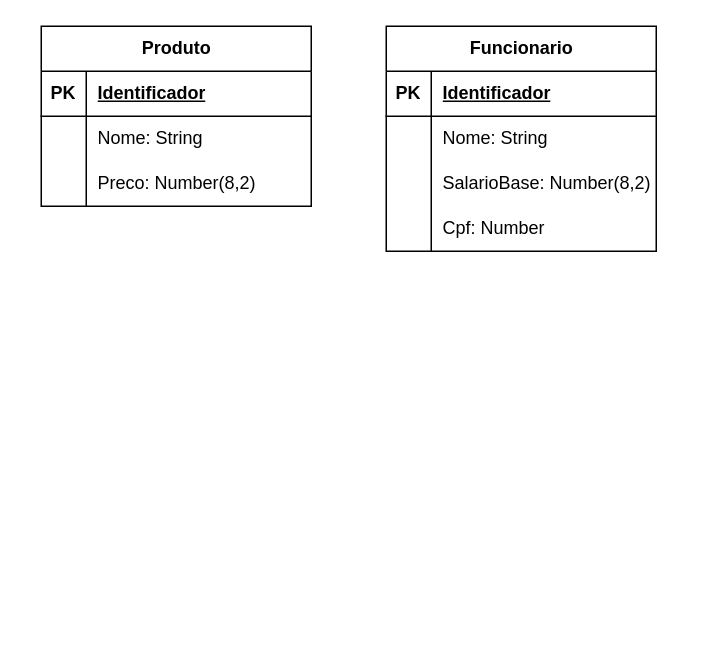
LarissaAsito/DevInHouseM2S06 keeps this draw.io diagram as exercicios/exerc.drawio. Above is the earlier version. Source tidied: cells renumbered, new cells numbered last; positions are measured from the earlier drawing's top-left corner, leaving out a move shared by most shapes. Both pictures are drawn from the tidied source at 150%, with x=0, y=0 at pixel (40, 26).
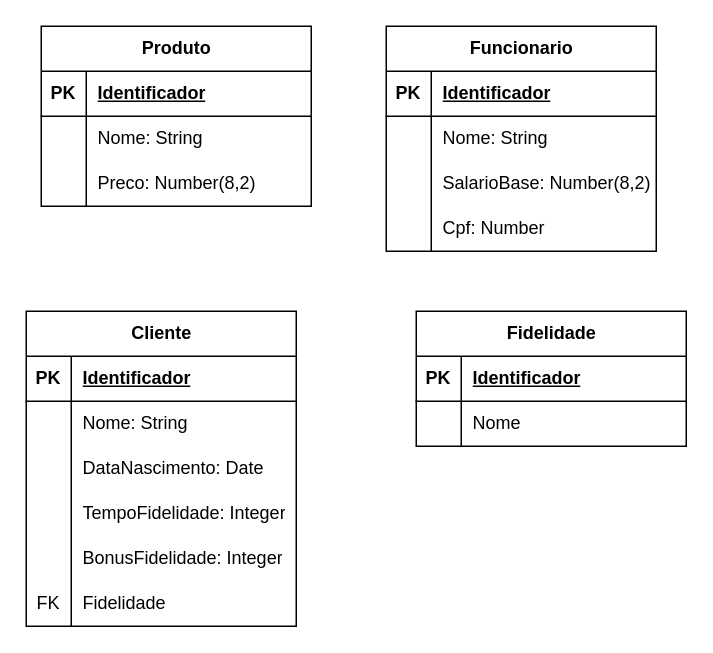
Above is the later version.

Commit message:
Modificando exercicio 3

The edit, as a diff of the source:
```diff
@@
+    <mxCell id="25" value="Cliente" style="shape=table;startSize=30;childLayout=tableLayout;rowLines=0;fontStyle=1;align=center;html=1;" parent="1" vertex="1">
+      <mxGeometry x="-10" y="190" width="180" height="210" as="geometry" />
+    </mxCell>
+    <mxCell id="26" style="shape=tableRow;horizontal=0;startSize=0;swimlaneHead=0;swimlaneBody=0;fillColor=none;top=0;left=0;right=0;bottom=1;" parent="25" vertex="1">
+      <mxGeometry y="30" width="180" height="30" as="geometry" />
+    </mxCell>
+    <mxCell id="27" value="PK" style="shape=partialRectangle;fillColor=none;top=0;left=0;bottom=0;right=0;fontStyle=1;overflow=hidden;whiteSpace=wrap;html=1;" parent="26" vertex="1">
+      <mxGeometry width="30" height="30" as="geometry" />
+    </mxCell>
+    <mxCell id="28" value="Identificador" style="shape=partialRectangle;fillColor=none;top=0;left=0;bottom=0;right=0;align=left;spacingLeft=6;fontStyle=5;overflow=hidden;whiteSpace=wrap;html=1;" parent="26" vertex="1">
+      <mxGeometry x="30" width="150" height="30" as="geometry" />
+    </mxCell>
+    <mxCell id="29" style="shape=tableRow;horizontal=0;startSize=0;swimlaneHead=0;swimlaneBody=0;fillColor=none;top=0;left=0;right=0;bottom=0;" parent="25" vertex="1">
+      <mxGeometry y="60" width="180" height="30" as="geometry" />
+    </mxCell>
+    <mxCell id="30" style="shape=partialRectangle;fillColor=none;top=0;left=0;bottom=0;right=0;overflow=hidden;whiteSpace=wrap;html=1;" parent="29" vertex="1">
+      <mxGeometry width="30" height="30" as="geometry" />
+    </mxCell>
+    <mxCell id="31" value="Nome: String" style="shape=partialRectangle;fillColor=none;top=0;left=0;bottom=0;right=0;align=left;spacingLeft=6;overflow=hidden;whiteSpace=wrap;html=1;" parent="29" vertex="1">
+      <mxGeometry x="30" width="150" height="30" as="geometry" />
+    </mxCell>
+    <mxCell id="32" style="shape=tableRow;horizontal=0;startSize=0;swimlaneHead=0;swimlaneBody=0;fillColor=none;top=0;left=0;right=0;bottom=0;" parent="25" vertex="1">
+      <mxGeometry y="90" width="180" height="30" as="geometry" />
+    </mxCell>
+    <mxCell id="33" style="shape=partialRectangle;fillColor=none;top=0;left=0;bottom=0;right=0;overflow=hidden;whiteSpace=wrap;html=1;" parent="32" vertex="1">
+      <mxGeometry width="30" height="30" as="geometry" />
+    </mxCell>
+    <mxCell id="34" value="DataNascimento: Date" style="shape=partialRectangle;fillColor=none;top=0;left=0;bottom=0;right=0;align=left;spacingLeft=6;overflow=hidden;whiteSpace=wrap;html=1;" parent="32" vertex="1">
+      <mxGeometry x="30" width="150" height="30" as="geometry" />
+    </mxCell>
+    <mxCell id="35" style="shape=tableRow;horizontal=0;startSize=0;swimlaneHead=0;swimlaneBody=0;fillColor=none;top=0;left=0;right=0;bottom=0;" parent="25" vertex="1">
+      <mxGeometry y="120" width="180" height="30" as="geometry" />
+    </mxCell>
+    <mxCell id="36" style="shape=partialRectangle;fillColor=none;top=0;left=0;bottom=0;right=0;overflow=hidden;whiteSpace=wrap;html=1;" parent="35" vertex="1">
+      <mxGeometry width="30" height="30" as="geometry" />
+    </mxCell>
+    <mxCell id="37" value="TempoFidelidade: Integer" style="shape=partialRectangle;fillColor=none;top=0;left=0;bottom=0;right=0;align=left;spacingLeft=6;overflow=hidden;whiteSpace=wrap;html=1;" parent="35" vertex="1">
+      <mxGeometry x="30" width="150" height="30" as="geometry" />
+    </mxCell>
+    <mxCell id="38" style="shape=tableRow;horizontal=0;startSize=0;swimlaneHead=0;swimlaneBody=0;fillColor=none;top=0;left=0;right=0;bottom=0;" parent="25" vertex="1">
+      <mxGeometry y="150" width="180" height="30" as="geometry" />
+    </mxCell>
+    <mxCell id="39" style="shape=partialRectangle;fillColor=none;top=0;left=0;bottom=0;right=0;overflow=hidden;whiteSpace=wrap;html=1;" parent="38" vertex="1">
+      <mxGeometry width="30" height="30" as="geometry" />
+    </mxCell>
+    <mxCell id="40" value="BonusFidelidade: Integer" style="shape=partialRectangle;fillColor=none;top=0;left=0;bottom=0;right=0;align=left;spacingLeft=6;overflow=hidden;whiteSpace=wrap;html=1;" parent="38" vertex="1">
+      <mxGeometry x="30" width="150" height="30" as="geometry" />
+    </mxCell>
+    <mxCell id="41" style="shape=tableRow;horizontal=0;startSize=0;swimlaneHead=0;swimlaneBody=0;fillColor=none;top=0;left=0;right=0;bottom=0;" parent="25" vertex="1">
+      <mxGeometry y="180" width="180" height="30" as="geometry" />
+    </mxCell>
+    <mxCell id="42" value="FK" style="shape=partialRectangle;fillColor=none;top=0;left=0;bottom=0;right=0;fontStyle=0;overflow=hidden;whiteSpace=wrap;html=1;" parent="41" vertex="1">
+      <mxGeometry width="30" height="30" as="geometry" />
+    </mxCell>
+    <mxCell id="43" value="Fidelidade" style="shape=partialRectangle;fillColor=none;top=0;left=0;bottom=0;right=0;align=left;spacingLeft=6;fontStyle=0;overflow=hidden;whiteSpace=wrap;html=1;" parent="41" vertex="1">
+      <mxGeometry x="30" width="150" height="30" as="geometry" />
+    </mxCell>
+    <mxCell id="44" value="Fidelidade" style="shape=table;startSize=30;childLayout=tableLayout;rowLines=0;fontStyle=1;align=center;html=1;" parent="1" vertex="1">
+      <mxGeometry x="250" y="190" width="180" height="90" as="geometry" />
+    </mxCell>
+    <mxCell id="45" style="shape=tableRow;horizontal=0;startSize=0;swimlaneHead=0;swimlaneBody=0;fillColor=none;top=0;left=0;right=0;bottom=1;" parent="44" vertex="1">
+      <mxGeometry y="30" width="180" height="30" as="geometry" />
+    </mxCell>
+    <mxCell id="46" value="PK" style="shape=partialRectangle;fillColor=none;top=0;left=0;bottom=0;right=0;fontStyle=1;overflow=hidden;whiteSpace=wrap;html=1;" parent="45" vertex="1">
+      <mxGeometry width="30" height="30" as="geometry" />
+    </mxCell>
+    <mxCell id="47" value="Identificador" style="shape=partialRectangle;fillColor=none;top=0;left=0;bottom=0;right=0;align=left;spacingLeft=6;fontStyle=5;overflow=hidden;whiteSpace=wrap;html=1;" parent="45" vertex="1">
+      <mxGeometry x="30" width="150" height="30" as="geometry" />
+    </mxCell>
+    <mxCell id="48" style="shape=tableRow;horizontal=0;startSize=0;swimlaneHead=0;swimlaneBody=0;fillColor=none;top=0;left=0;right=0;bottom=0;" parent="44" vertex="1">
+      <mxGeometry y="60" width="180" height="30" as="geometry" />
+    </mxCell>
+    <mxCell id="49" style="shape=partialRectangle;fillColor=none;top=0;left=0;bottom=0;right=0;overflow=hidden;whiteSpace=wrap;html=1;" parent="48" vertex="1">
+      <mxGeometry width="30" height="30" as="geometry" />
+    </mxCell>
+    <mxCell id="50" value="Nome" style="shape=partialRectangle;fillColor=none;top=0;left=0;bottom=0;right=0;align=left;spacingLeft=6;overflow=hidden;whiteSpace=wrap;html=1;" parent="48" vertex="1">
+      <mxGeometry x="30" width="150" height="30" as="geometry" />
+    </mxCell>
```
